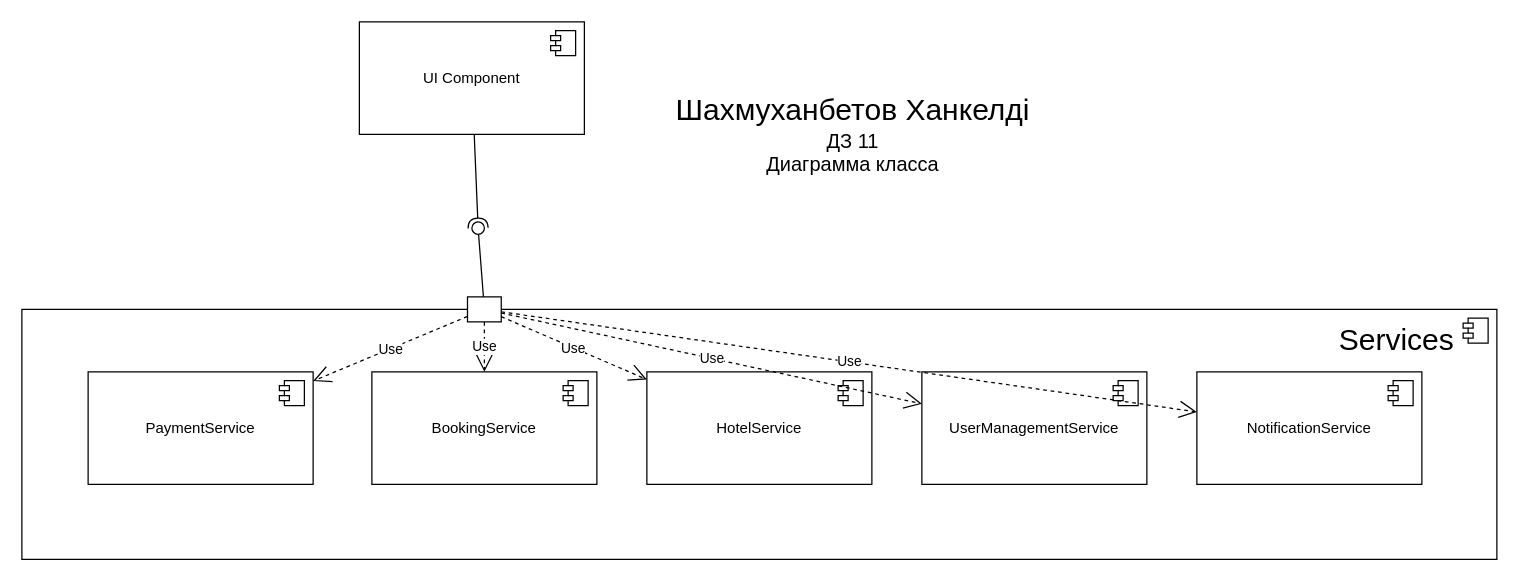
Before: 11/ComponentUML/src/Диаграмма компонентов Ханкельды.drawio in khngldi/Khngldi-Application-design-patterns-HomeWork, a draw.io diagram. Source tidied: cells renumbered, new cells numbered last; positions are measured from the earlier drawing's top-left corner, leaving out a move shared by most shapes. Both pictures are drawn from the tidied source at 125%, with x=0, y=0 at pixel (21, 21).
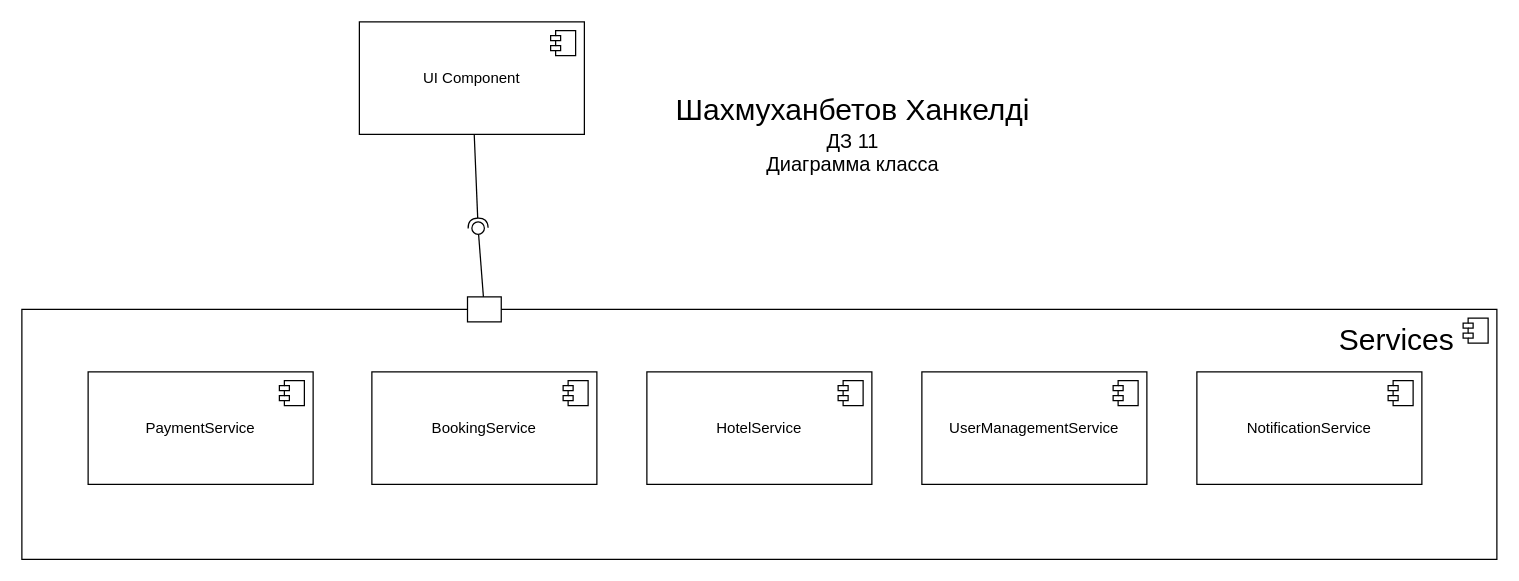
Above is the later version.

The change refers to these unchanged cells:
```xml
<mxCell id="7" value="PaymentService" style="html=1;whiteSpace=wrap;" parent="1" vertex="1">
  <mxGeometry x="53" y="280" width="180" height="90" as="geometry" />
</mxCell>
<mxCell id="9" value="NotificationService" style="html=1;whiteSpace=wrap;" parent="1" vertex="1">
  <mxGeometry x="940" y="280" width="180" height="90" as="geometry" />
</mxCell>
<mxCell id="11" value="BookingService" style="html=1;whiteSpace=wrap;" parent="1" vertex="1">
  <mxGeometry x="280" y="280" width="180" height="90" as="geometry" />
</mxCell>
<mxCell id="13" value="UserManagementService" style="html=1;whiteSpace=wrap;" parent="1" vertex="1">
  <mxGeometry x="720" y="280" width="180" height="90" as="geometry" />
</mxCell>
<mxCell id="15" value="HotelService" style="html=1;whiteSpace=wrap;" parent="1" vertex="1">
  <mxGeometry x="500" y="280" width="180" height="90" as="geometry" />
</mxCell>
<mxCell id="20" style="rounded=0;whiteSpace=wrap;html=1;" parent="1" vertex="1">
  <mxGeometry x="356.5" y="220" width="27" height="20" as="geometry" />
</mxCell>
```

What changed in the source:
```diff
@@
-    <mxCell id="21" value="Use" style="endArrow=open;endSize=12;dashed=1;html=1;rounded=0;" parent="1" edge="1" source="20" target="7">
-      <mxGeometry relative="1" as="geometry" />
-    </mxCell>
-    <mxCell id="22" value="Use" style="endArrow=open;endSize=12;dashed=1;html=1;rounded=0;" parent="1" edge="1" source="20" target="11">
-      <mxGeometry relative="1" as="geometry" />
-    </mxCell>
-    <mxCell id="23" value="Use" style="endArrow=open;endSize=12;dashed=1;html=1;rounded=0;" parent="1" edge="1" source="20" target="15">
-      <mxGeometry relative="1" as="geometry" />
-    </mxCell>
-    <mxCell id="24" value="Use" style="endArrow=open;endSize=12;dashed=1;html=1;rounded=0;" parent="1" edge="1" source="20" target="13">
-      <mxGeometry relative="1" as="geometry" />
-    </mxCell>
-    <mxCell id="25" value="Use" style="endArrow=open;endSize=12;dashed=1;html=1;rounded=0;" parent="1" edge="1" source="20" target="9">
-      <mxGeometry relative="1" as="geometry" />
-    </mxCell>
```
